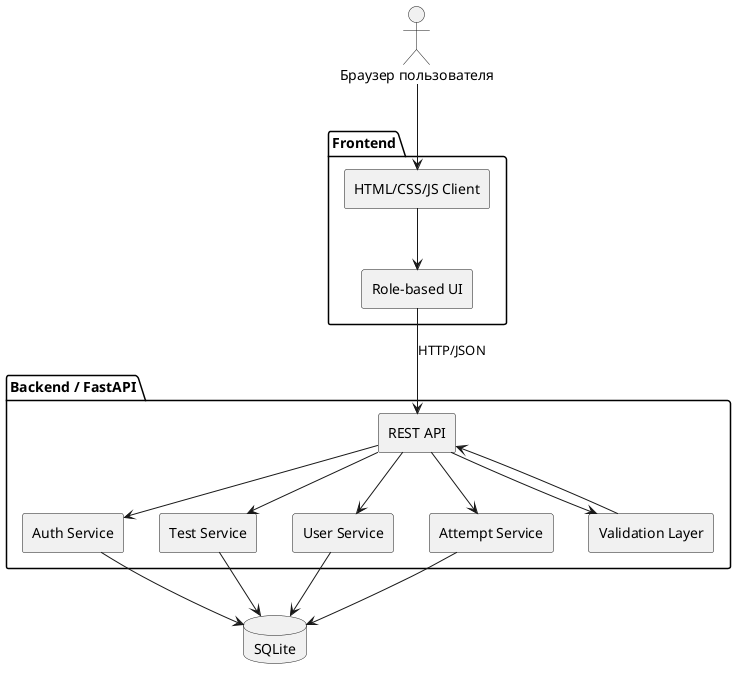
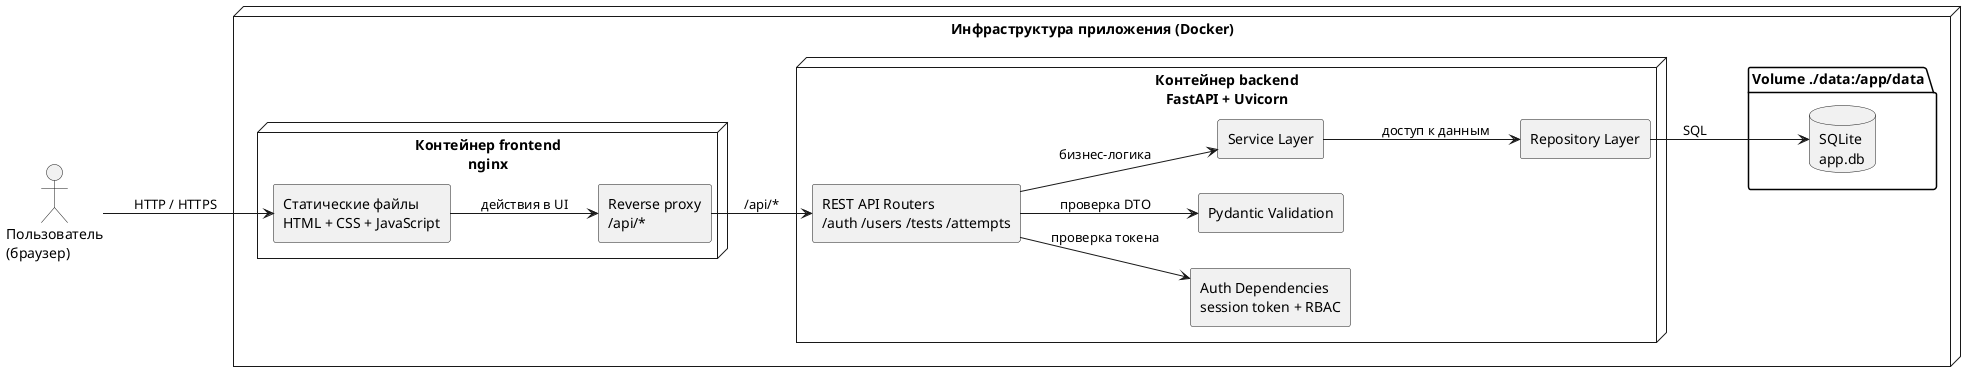
@startuml
+ left to right direction
+ skinparam shadowing false
skinparam componentStyle rectangle

- actor "Браузер пользователя" as Browser
+ actor "Пользователь\n(браузер)" as Browser

- package "Frontend" {
-   [HTML/CSS/JS Client] as Client
-   [Role-based UI] as UI
+ node "Инфраструктура приложения (Docker)" as DockerHost {
+   node "Контейнер frontend\nnginx" as Frontend {
+     [Статические файлы\nHTML + CSS + JavaScript] as StaticClient
+     [Reverse proxy\n/api/*] as Proxy
+   }
+ 
+   node "Контейнер backend\nFastAPI + Uvicorn" as Backend {
+     [REST API Routers\n/auth /users /tests /attempts] as Routers
+     [Auth Dependencies\nsession token + RBAC] as AuthDeps
+     [Pydantic Validation] as Validation
+     [Service Layer] as Services
+     [Repository Layer] as Repositories
+   }
+ 
+   folder "Volume ./data:/app/data" as Volume {
+     database "SQLite\napp.db" as Db
+   }
}

- package "Backend / FastAPI" {
-   [REST API] as Api
-   [Auth Service] as Auth
-   [Test Service] as Tests
-   [User Service] as Users
-   [Attempt Service] as Attempts
-   [Validation Layer] as Validation
- }
- 
- database "SQLite" as Db
- 
- Browser --> Client
- Client --> UI
- UI --> Api : HTTP/JSON
- 
- Api --> Auth
- Api --> Tests
- Api --> Users
- Api --> Attempts
- Api --> Validation
- 
- Auth --> Db
- Tests --> Db
- Users --> Db
- Attempts --> Db
- Validation --> Api
+ Browser --> StaticClient : HTTP / HTTPS
+ StaticClient --> Proxy : действия в UI
+ Proxy --> Routers : /api/*
+ Routers --> AuthDeps : проверка токена
+ Routers --> Validation : проверка DTO
+ Routers --> Services : бизнес-логика
+ Services --> Repositories : доступ к данным
+ Repositories --> Db : SQL
@enduml
